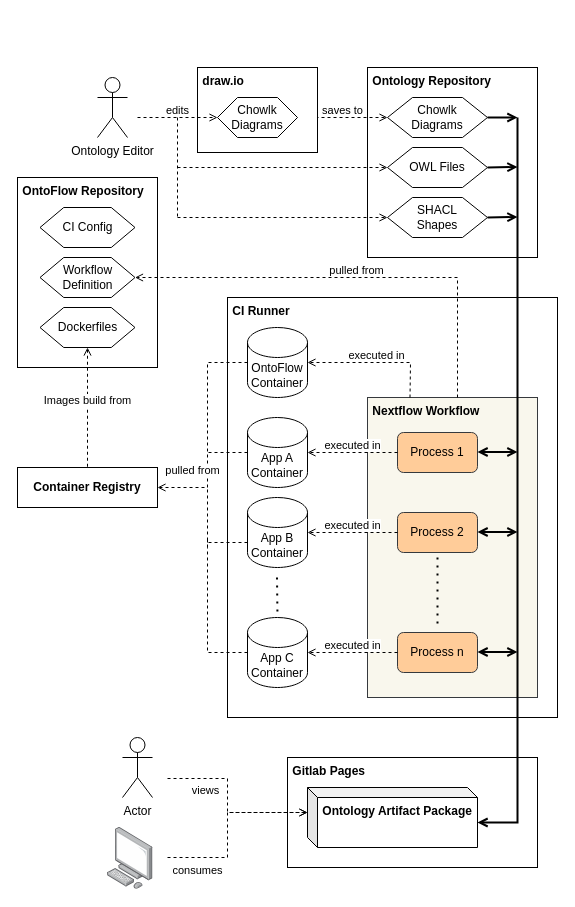
Above: architecture.drawio in BonaBeavis/ontoflow-paper (draw.io), before the change. Source tidied: cells renumbered, new cells numbered last; positions are measured from the earlier drawing's top-left corner, leaving out a move shared by most shapes. Both pictures are drawn from the tidied source at 100%, with x=0, y=0 at pixel (17, 67).
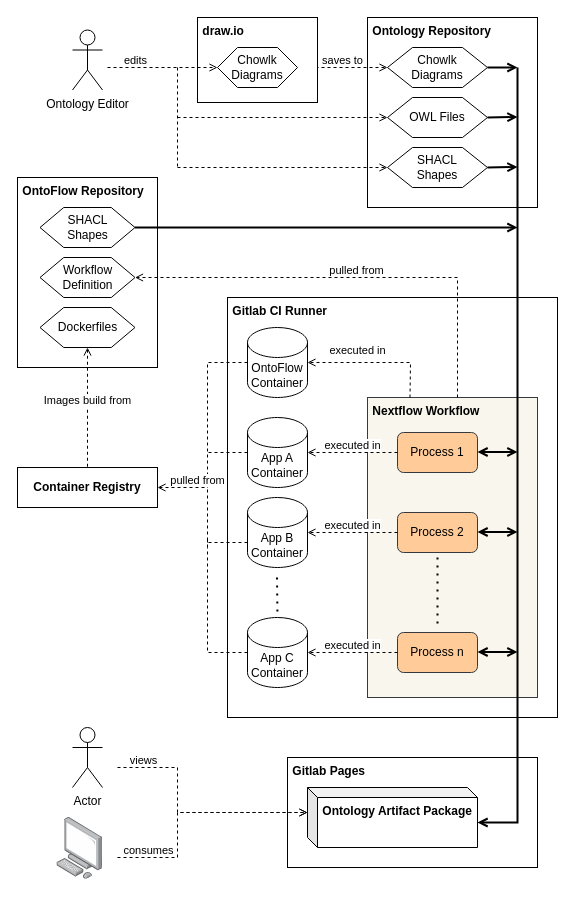
Above is the later version.

Commit message (it also covers changes not shown here):
Improve diagrams

Unchanged cells that the change refers to:
```xml
<mxCell id="4" value="&amp;nbsp;Nextflow Workflow" style="rounded=0;whiteSpace=wrap;html=1;horizontal=1;verticalAlign=top;align=left;fillColor=#f9f7ed;strokeColor=#36393d;fontStyle=1;" parent="1" vertex="1">
  <mxGeometry x="350" y="330" width="170" height="300" as="geometry" />
</mxCell>
<mxCell id="16" value="OntoFlow Container" style="shape=cylinder3;whiteSpace=wrap;html=1;boundedLbl=1;backgroundOutline=1;size=15;" parent="1" vertex="1">
  <mxGeometry x="230" y="260" width="60" height="70" as="geometry" />
</mxCell>
<mxCell id="17" value="Container Registry" style="rounded=0;whiteSpace=wrap;html=1;align=center;fontStyle=1;" parent="1" vertex="1">
  <mxGeometry y="400" width="140" height="40" as="geometry" />
</mxCell>
<mxCell id="52" value="&amp;nbsp;Ontology Artifact Package" style="shape=cube;whiteSpace=wrap;html=1;boundedLbl=1;backgroundOutline=1;darkOpacity=0.05;darkOpacity2=0.1;size=10;verticalAlign=top;align=left;fontStyle=1;" parent="51" vertex="1">
  <mxGeometry width="170" height="60" as="geometry" />
</mxCell>
```

What changed in the source:
```diff
@@
-    <mxCell id="3" value="&amp;nbsp;CI Runner" style="rounded=0;whiteSpace=wrap;html=1;align=left;verticalAlign=top;fontStyle=1;" parent="1" vertex="1">
+    <mxCell id="3" value="&amp;nbsp;Gitlab CI Runner" style="rounded=0;whiteSpace=wrap;html=1;align=left;verticalAlign=top;fontStyle=1;" parent="1" vertex="1">
       <mxGeometry x="210" y="230" width="330" height="420" as="geometry" />
     </mxCell>
@@
     <mxCell id="19" value="&amp;nbsp;Ontology Repository" style="rounded=0;whiteSpace=wrap;html=1;align=left;verticalAlign=top;fontStyle=1;" parent="1" vertex="1">
-      <mxGeometry x="350" width="170" height="190" as="geometry" />
+      <mxGeometry x="350" y="-50" width="170" height="190" as="geometry" />
     </mxCell>
     <mxCell id="20" value="SHACL&lt;br&gt;Shapes" style="shape=hexagon;rounded=0;whiteSpace=wrap;html=1;align=center;" parent="1" vertex="1">
-      <mxGeometry x="370" y="130" width="100" height="40" as="geometry" />
+      <mxGeometry x="370" y="80" width="100" height="40" as="geometry" />
     </mxCell>
     <mxCell id="21" value="OWL Files&lt;br&gt;" style="shape=hexagon;rounded=0;whiteSpace=wrap;html=1;align=center;" parent="1" vertex="1">
-      <mxGeometry x="370" y="80" width="100" height="40" as="geometry" />
+      <mxGeometry x="370" y="30" width="100" height="40" as="geometry" />
     </mxCell>
     <mxCell id="22" value="Chowlk&lt;br&gt;Diagrams" style="shape=hexagon;rounded=0;whiteSpace=wrap;html=1;align=center;" parent="1" vertex="1">
-      <mxGeometry x="370" y="30" width="100" height="40" as="geometry" />
+      <mxGeometry x="370" y="-20" width="100" height="40" as="geometry" />
     </mxCell>
     <mxCell id="23" style="endArrow=none;html=1;entryX=1;entryY=0.5;entryDx=0;entryDy=0;endFill=0;startArrow=open;startFill=0;strokeWidth=2;" parent="1" edge="1" target="22">
       <mxGeometry relative="1" as="geometry">
-        <mxPoint x="500" y="50" as="sourcePoint" />
+        <mxPoint x="500" as="sourcePoint" />
       </mxGeometry>
     </mxCell>
     <mxCell id="24" style="endArrow=none;html=1;entryX=1;entryY=0.5;entryDx=0;entryDy=0;startArrow=open;startFill=0;strokeWidth=2;" parent="1" edge="1" target="21">
       <mxGeometry relative="1" as="geometry">
-        <mxPoint x="500" y="99.5" as="sourcePoint" />
+        <mxPoint x="500" y="49.5" as="sourcePoint" />
       </mxGeometry>
     </mxCell>
     <mxCell id="25" style="endArrow=none;html=1;startArrow=open;startFill=0;strokeWidth=2;" parent="1" edge="1">
       <mxGeometry relative="1" as="geometry">
-        <mxPoint x="500" y="149.5" as="sourcePoint" />
-        <mxPoint x="470" y="150" as="targetPoint" />
+        <mxPoint x="500" y="99.5" as="sourcePoint" />
+        <mxPoint x="470" y="100" as="targetPoint" />
       </mxGeometry>
     </mxCell>
     <mxCell id="26" style="endArrow=none;html=1;strokeWidth=2;exitX=0;exitY=0;exitDx=170;exitDy=35;exitPerimeter=0;rounded=0;endFill=0;startArrow=open;startFill=0;" parent="1" edge="1" source="52">
       <mxGeometry relative="1" as="geometry">
-        <mxPoint x="500" y="50" as="targetPoint" />
+        <mxPoint x="500" as="targetPoint" />
         <Array as="points">
           <mxPoint x="500" y="755" />
         </Array>
       </mxGeometry>
     </mxCell>
@@
     <mxCell id="30" value="Ontology Editor" style="shape=umlActor;verticalLabelPosition=bottom;verticalAlign=top;html=1;align=center;" parent="1" vertex="1">
-      <mxGeometry x="80" y="10" width="30" height="60" as="geometry" />
+      <mxGeometry x="55" y="-37.5" width="30" height="60" as="geometry" />
     </mxCell>
     <mxCell id="31" value="Actor" style="shape=umlActor;verticalLabelPosition=bottom;verticalAlign=top;html=1;align=center;" parent="1" vertex="1">
-      <mxGeometry x="105" y="670" width="30" height="60" as="geometry" />
+      <mxGeometry x="55" y="660" width="30" height="60" as="geometry" />
     </mxCell>
@@
     <mxCell id="33" style="endArrow=open;html=1;spacingBottom=15;dashed=1;endFill=0;entryX=0;entryY=0.5;entryDx=0;entryDy=0;" parent="1" edge="1" target="20">
       <mxGeometry relative="1" as="geometry">
-        <mxPoint x="160" y="150" as="sourcePoint" />
+        <mxPoint x="160" y="100" as="sourcePoint" />
       </mxGeometry>
     </mxCell>
     <mxCell id="34" style="endArrow=open;html=1;spacingBottom=15;dashed=1;endFill=0;entryX=0;entryY=0.5;entryDx=0;entryDy=0;" parent="1" edge="1" target="21">
       <mxGeometry relative="1" as="geometry">
-        <mxPoint x="160" y="100" as="sourcePoint" />
+        <mxPoint x="160" y="50" as="sourcePoint" />
       </mxGeometry>
     </mxCell>
     <mxCell id="35" style="endArrow=none;html=1;spacingBottom=15;dashed=1;endFill=0;" parent="1" edge="1">
       <mxGeometry relative="1" as="geometry">
-        <mxPoint x="160" y="50" as="sourcePoint" />
-        <mxPoint x="160" y="150" as="targetPoint" />
-        <Array as="points">
-          <mxPoint x="160" y="100" />
-        </Array>
+        <mxPoint x="160" as="sourcePoint" />
+        <mxPoint x="160" y="100" as="targetPoint" />
       </mxGeometry>
     </mxCell>
     <mxCell id="36" style="html=1;align=center;shadow=0;dashed=0;image;image=img/lib/allied_telesis/computer_and_terminals/Personal_Computer.svg;" parent="1" vertex="1">
-      <mxGeometry x="90" y="760" width="45.6" height="61.8" as="geometry" />
+      <mxGeometry x="39.4" y="750" width="45.6" height="61.8" as="geometry" />
     </mxCell>
     <mxCell id="37" value="consumes" style="endArrow=open;html=1;spacingBottom=15;dashed=1;endFill=0;entryX=0;entryY=0;entryDx=0;entryDy=25;entryPerimeter=0;rounded=0;" parent="1" edge="1" target="52">
-      <mxGeometry x="-0.68" y="-20" relative="1" as="geometry">
-        <mxPoint x="150" y="790" as="sourcePoint" />
+      <mxGeometry x="-0.74" relative="1" as="geometry">
+        <mxPoint x="100" y="790" as="sourcePoint" />
         <Array as="points">
-          <mxPoint x="210" y="790" />
-          <mxPoint x="210" y="745" />
+          <mxPoint x="160" y="790" />
+          <mxPoint x="160" y="745" />
         </Array>
       </mxGeometry>
     </mxCell>
     <mxCell id="38" value="pulled from&lt;br&gt;" style="endArrow=open;html=1;spacingBottom=15;dashed=1;entryX=1;entryY=0.5;entryDx=0;entryDy=0;exitX=0;exitY=0.5;exitDx=0;exitDy=0;exitPerimeter=0;endFill=0;rounded=0;" parent="1" edge="1" source="16" target="17">
-      <mxGeometry x="0.67" y="-10" relative="1" as="geometry">
+      <mxGeometry x="0.63" relative="1" as="geometry">
         <Array as="points">
           <mxPoint x="190" y="295" />
           <mxPoint x="190" y="420" />
         </Array>
       </mxGeometry>
     </mxCell>
@@
-    <mxCell id="44" value="CI Config" style="shape=hexagon;rounded=0;whiteSpace=wrap;html=1;align=center;" parent="1" vertex="1">
+    <mxCell id="44" value="SHACL&lt;br&gt;Shapes" style="shape=hexagon;rounded=0;whiteSpace=wrap;html=1;align=center;" parent="1" vertex="1">
       <mxGeometry x="22.5" y="140" width="95" height="40" as="geometry" />
     </mxCell>
@@
     <mxCell id="46" value="&amp;nbsp;draw.io" style="rounded=0;whiteSpace=wrap;html=1;align=left;horizontal=1;verticalAlign=top;fontStyle=1;" parent="1" vertex="1">
-      <mxGeometry x="180" width="120" height="85" as="geometry" />
+      <mxGeometry x="180" y="-50" width="120" height="85" as="geometry" />
     </mxCell>
     <mxCell id="47" value="Chowlk Diagrams" style="shape=hexagon;rounded=0;whiteSpace=wrap;html=1;align=center;" parent="1" vertex="1">
-      <mxGeometry x="200" y="30" width="80" height="40" as="geometry" />
+      <mxGeometry x="200" y="-20" width="80" height="40" as="geometry" />
     </mxCell>
     <mxCell id="48" value="executed in" style="endArrow=open;html=1;spacingBottom=15;dashed=1;entryX=1;entryY=0.5;entryDx=0;entryDy=0;entryPerimeter=0;endFill=0;exitX=0.25;exitY=0;exitDx=0;exitDy=0;rounded=0;" parent="1" edge="1" source="4" target="16">
-      <mxGeometry relative="1" as="geometry">
+      <mxGeometry x="0.28" y="-5" relative="1" as="geometry">
         <Array as="points">
           <mxPoint x="393" y="295" />
         </Array>
       </mxGeometry>
     </mxCell>
     <mxCell id="49" value="edits" style="endArrow=open;html=1;spacingBottom=15;dashed=1;endFill=0;entryX=0;entryY=0.5;entryDx=0;entryDy=0;startArrow=none;startFill=0;" parent="1" edge="1" target="47">
-      <mxGeometry relative="1" as="geometry">
-        <mxPoint x="120" y="50" as="sourcePoint" />
+      <mxGeometry x="-0.5" relative="1" as="geometry">
+        <mxPoint x="90" as="sourcePoint" />
       </mxGeometry>
     </mxCell>
@@
     <mxCell id="53" value="views&lt;br&gt;" style="endArrow=open;html=1;spacingBottom=15;dashed=1;entryX=0;entryY=0;entryDx=0;entryDy=25;endFill=0;entryPerimeter=0;rounded=0;" parent="1" edge="1" target="52">
-      <mxGeometry x="-0.56" y="-19" relative="1" as="geometry">
-        <mxPoint x="150" y="711" as="sourcePoint" />
+      <mxGeometry x="-0.78" relative="1" as="geometry">
+        <mxPoint x="100" y="700" as="sourcePoint" />
         <Array as="points">
-          <mxPoint x="210" y="711" />
-          <mxPoint x="210" y="745" />
+          <mxPoint x="160" y="700" />
+          <mxPoint x="160" y="745" />
         </Array>
       </mxGeometry>
     </mxCell>
+    <mxCell id="54" style="endArrow=none;html=1;startArrow=open;startFill=0;strokeWidth=2;entryX=1;entryY=0.5;entryDx=0;entryDy=0;" parent="1" edge="1" target="44">
+      <mxGeometry relative="1" as="geometry">
+        <mxPoint x="500" y="160" as="sourcePoint" />
+      </mxGeometry>
+    </mxCell>
```
